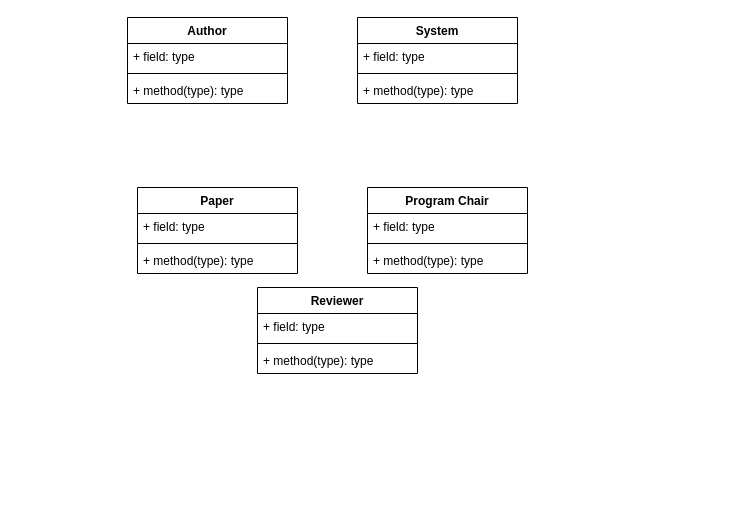
This is tuto3q4.drawio from justn0thinghere/drawio, a draw.io file, before an edit. Source tidied: cells renumbered, new cells numbered last; positions are measured from the earlier drawing's top-left corner, leaving out a move shared by most shapes. Both pictures are drawn from the tidied source at 100%, with x=0, y=0 at pixel (127, 17).
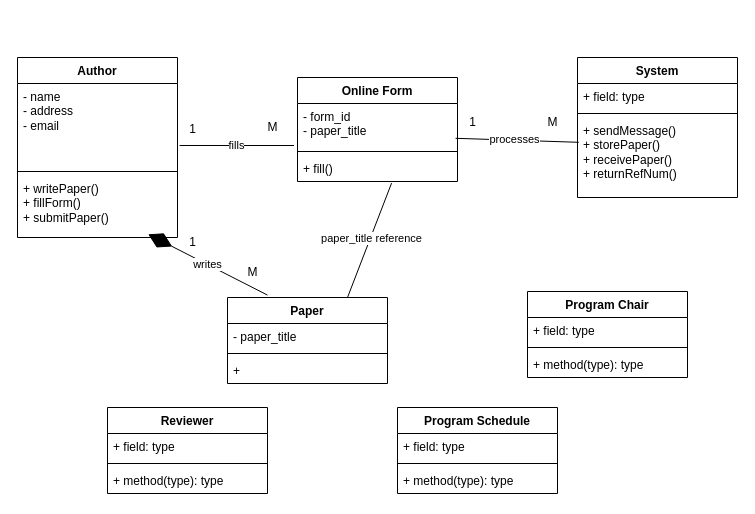
The same diagram, later.

Diff of the diagram source:
```diff
@@
     <mxCell id="2" value="Author" style="swimlane;fontStyle=1;align=center;verticalAlign=top;horizontal=1;startSize=26;whiteSpace=wrap;html=1;" parent="1" vertex="1">
-      <mxGeometry width="160" height="86" as="geometry" />
+      <mxGeometry x="-110" y="40" width="160" height="180" as="geometry" />
     </mxCell>
-    <mxCell id="3" value="+ field: type" style="text;strokeColor=none;fillColor=none;align=left;verticalAlign=top;spacingLeft=4;spacingRight=4;overflow=hidden;points=[[0,0.5],[1,0.5]];portConstraint=eastwest;whiteSpace=wrap;html=1;" parent="2" vertex="1">
-      <mxGeometry y="26" width="160" height="26" as="geometry" />
+    <mxCell id="3" value="&lt;div&gt;- name&lt;/div&gt;- address&lt;div&gt;- email&lt;/div&gt;" style="text;strokeColor=none;fillColor=none;align=left;verticalAlign=top;spacingLeft=4;spacingRight=4;overflow=hidden;points=[[0,0.5],[1,0.5]];portConstraint=eastwest;whiteSpace=wrap;html=1;" parent="2" vertex="1">
+      <mxGeometry y="26" width="160" height="84" as="geometry" />
     </mxCell>
     <mxCell id="4" style="line;strokeWidth=1;fillColor=none;align=left;verticalAlign=middle;spacingTop=-1;spacingLeft=3;spacingRight=3;labelPosition=right;strokeColor=inherit;" parent="2" vertex="1">
-      <mxGeometry y="52" width="160" height="8" as="geometry" />
+      <mxGeometry y="110" width="160" height="8" as="geometry" />
     </mxCell>
-    <mxCell id="5" value="+ method(type): type" style="text;strokeColor=none;fillColor=none;align=left;verticalAlign=top;spacingLeft=4;spacingRight=4;overflow=hidden;points=[[0,0.5],[1,0.5]];portConstraint=eastwest;whiteSpace=wrap;html=1;" parent="2" vertex="1">
-      <mxGeometry y="60" width="160" height="26" as="geometry" />
+    <mxCell id="5" value="+ writePaper()&lt;div&gt;+ fillForm()&lt;/div&gt;&lt;div&gt;+ submitPaper()&lt;/div&gt;" style="text;strokeColor=none;fillColor=none;align=left;verticalAlign=top;spacingLeft=4;spacingRight=4;overflow=hidden;points=[[0,0.5],[1,0.5]];portConstraint=eastwest;whiteSpace=wrap;html=1;" parent="2" vertex="1">
+      <mxGeometry y="118" width="160" height="62" as="geometry" />
     </mxCell>
     <mxCell id="6" value="System" style="swimlane;fontStyle=1;align=center;verticalAlign=top;horizontal=1;startSize=26;whiteSpace=wrap;html=1;" parent="1" vertex="1">
-      <mxGeometry x="230" width="160" height="86" as="geometry" />
+      <mxGeometry x="450" y="40" width="160" height="140" as="geometry" />
     </mxCell>
@@
-    <mxCell id="9" value="+ method(type): type" style="text;strokeColor=none;fillColor=none;align=left;verticalAlign=top;spacingLeft=4;spacingRight=4;overflow=hidden;points=[[0,0.5],[1,0.5]];portConstraint=eastwest;whiteSpace=wrap;html=1;" parent="6" vertex="1">
-      <mxGeometry y="60" width="160" height="26" as="geometry" />
+    <mxCell id="9" value="+ sendMessage()&lt;div&gt;+ storePaper()&lt;/div&gt;&lt;div&gt;+ receivePaper()&lt;/div&gt;&lt;div&gt;+ returnRefNum()&lt;/div&gt;" style="text;strokeColor=none;fillColor=none;align=left;verticalAlign=top;spacingLeft=4;spacingRight=4;overflow=hidden;points=[[0,0.5],[1,0.5]];portConstraint=eastwest;whiteSpace=wrap;html=1;" parent="6" vertex="1">
+      <mxGeometry y="60" width="160" height="80" as="geometry" />
     </mxCell>
     <mxCell id="10" value="Paper" style="swimlane;fontStyle=1;align=center;verticalAlign=top;horizontal=1;startSize=26;whiteSpace=wrap;html=1;" parent="1" vertex="1">
-      <mxGeometry x="10" y="170" width="160" height="86" as="geometry" />
+      <mxGeometry x="100" y="280" width="160" height="86" as="geometry" />
     </mxCell>
-    <mxCell id="11" value="+ field: type" style="text;strokeColor=none;fillColor=none;align=left;verticalAlign=top;spacingLeft=4;spacingRight=4;overflow=hidden;whiteSpace=wrap;html=1;" parent="10" vertex="1">
+    <mxCell id="11" value="- paper_title" style="text;strokeColor=none;fillColor=none;align=left;verticalAlign=top;spacingLeft=4;spacingRight=4;overflow=hidden;whiteSpace=wrap;html=1;" parent="10" vertex="1">
       <mxGeometry y="26" width="160" height="26" as="geometry" />
     </mxCell>
@@
-    <mxCell id="13" value="+ method(type): type" style="text;strokeColor=none;fillColor=none;align=left;verticalAlign=top;spacingLeft=4;spacingRight=4;overflow=hidden;whiteSpace=wrap;html=1;" parent="10" vertex="1">
+    <mxCell id="13" value="+&amp;nbsp;" style="text;strokeColor=none;fillColor=none;align=left;verticalAlign=top;spacingLeft=4;spacingRight=4;overflow=hidden;whiteSpace=wrap;html=1;" parent="10" vertex="1">
       <mxGeometry y="60" width="160" height="26" as="geometry" />
     </mxCell>
     <mxCell id="14" value="Program Chair" style="swimlane;fontStyle=1;align=center;verticalAlign=top;horizontal=1;startSize=26;whiteSpace=wrap;html=1;" parent="1" vertex="1">
-      <mxGeometry x="240" y="170" width="160" height="86" as="geometry" />
+      <mxGeometry x="400" y="274" width="160" height="86" as="geometry" />
     </mxCell>
@@
     <mxCell id="18" value="Reviewer" style="swimlane;fontStyle=1;align=center;verticalAlign=top;horizontal=1;startSize=26;whiteSpace=wrap;html=1;" parent="1" vertex="1">
-      <mxGeometry x="130" y="270" width="160" height="86" as="geometry" />
+      <mxGeometry x="-20" y="390" width="160" height="86" as="geometry" />
     </mxCell>
@@
+    <mxCell id="22" value="Program Schedule" style="swimlane;fontStyle=1;align=center;verticalAlign=top;horizontal=1;startSize=26;whiteSpace=wrap;html=1;" parent="1" vertex="1">
+      <mxGeometry x="270" y="390" width="160" height="86" as="geometry" />
+    </mxCell>
+    <mxCell id="23" value="+ field: type" style="text;strokeColor=none;fillColor=none;align=left;verticalAlign=top;spacingLeft=4;spacingRight=4;overflow=hidden;whiteSpace=wrap;html=1;" parent="22" vertex="1">
+      <mxGeometry y="26" width="160" height="26" as="geometry" />
+    </mxCell>
+    <mxCell id="24" style="line;strokeWidth=1;fillColor=none;align=left;verticalAlign=middle;spacingTop=-1;spacingLeft=3;spacingRight=3;labelPosition=right;strokeColor=inherit;" parent="22" vertex="1">
+      <mxGeometry y="52" width="160" height="8" as="geometry" />
+    </mxCell>
+    <mxCell id="25" value="+ method(type): type" style="text;strokeColor=none;fillColor=none;align=left;verticalAlign=top;spacingLeft=4;spacingRight=4;overflow=hidden;whiteSpace=wrap;html=1;" parent="22" vertex="1">
+      <mxGeometry y="60" width="160" height="26" as="geometry" />
+    </mxCell>
+    <mxCell id="26" value="Online Form" style="swimlane;fontStyle=1;align=center;verticalAlign=top;horizontal=1;startSize=26;whiteSpace=wrap;html=1;" parent="1" vertex="1">
+      <mxGeometry x="170" y="60" width="160" height="104" as="geometry" />
+    </mxCell>
+    <mxCell id="27" value="- form_id&lt;div&gt;- paper_title&lt;/div&gt;" style="text;strokeColor=none;fillColor=none;align=left;verticalAlign=top;spacingLeft=4;spacingRight=4;overflow=hidden;points=[[0,0.5],[1,0.5]];portConstraint=eastwest;whiteSpace=wrap;html=1;" parent="26" vertex="1">
+      <mxGeometry y="26" width="160" height="44" as="geometry" />
+    </mxCell>
+    <mxCell id="28" style="line;strokeWidth=1;fillColor=none;align=left;verticalAlign=middle;spacingTop=-1;spacingLeft=3;spacingRight=3;labelPosition=right;strokeColor=inherit;" parent="26" vertex="1">
+      <mxGeometry y="70" width="160" height="8" as="geometry" />
+    </mxCell>
+    <mxCell id="29" value="+ fill()" style="text;strokeColor=none;fillColor=none;align=left;verticalAlign=top;spacingLeft=4;spacingRight=4;overflow=hidden;points=[[0,0.5],[1,0.5]];portConstraint=eastwest;whiteSpace=wrap;html=1;" parent="26" vertex="1">
+      <mxGeometry y="78" width="160" height="26" as="geometry" />
+    </mxCell>
+    <mxCell id="30" value="writes" style="endArrow=diamondThin;endFill=1;endSize=24;html=1;rounded=0;exitX=0.195;exitY=-0.028;exitDx=0;exitDy=0;exitPerimeter=0;entryX=0.817;entryY=0.948;entryDx=0;entryDy=0;entryPerimeter=0;" parent="1" edge="1" target="5">
+      <mxGeometry relative="1" as="geometry">
+        <mxPoint x="140" y="277.6" as="sourcePoint" />
+      </mxGeometry>
+    </mxCell>
+    <mxCell id="31" value="fills" style="endArrow=none;html=1;rounded=0;exitX=1.013;exitY=0.738;exitDx=0;exitDy=0;exitPerimeter=0;entryX=-0.022;entryY=0.955;entryDx=0;entryDy=0;entryPerimeter=0;" parent="1" edge="1" source="3" target="27">
+      <mxGeometry relative="1" as="geometry" />
+    </mxCell>
+    <mxCell id="32" value="1" style="text;html=1;align=center;verticalAlign=middle;strokeColor=none;fillColor=none;" parent="1" vertex="1">
+      <mxGeometry x="50" y="210" width="30" height="30" as="geometry" />
+    </mxCell>
+    <mxCell id="33" value="M" style="text;html=1;align=center;verticalAlign=middle;strokeColor=none;fillColor=none;" parent="1" vertex="1">
+      <mxGeometry x="110" y="240" width="30" height="30" as="geometry" />
+    </mxCell>
+    <mxCell id="34" value="1" style="text;html=1;align=center;verticalAlign=middle;strokeColor=none;fillColor=none;" parent="1" vertex="1">
+      <mxGeometry x="50" y="97" width="30" height="30" as="geometry" />
+    </mxCell>
+    <mxCell id="35" value="M" style="text;html=1;align=center;verticalAlign=middle;strokeColor=none;fillColor=none;" parent="1" vertex="1">
+      <mxGeometry x="130" y="95" width="30" height="30" as="geometry" />
+    </mxCell>
+    <mxCell id="36" style="endArrow=none;html=1;rounded=0;entryX=0.588;entryY=1.062;entryDx=0;entryDy=0;entryPerimeter=0;exitX=0.75;exitY=0;exitDx=0;exitDy=0;" parent="1" edge="1" source="10" target="29">
+      <mxGeometry relative="1" as="geometry" />
+    </mxCell>
+    <mxCell id="37" value="paper_title reference" style="edgeLabel;html=1;align=center;verticalAlign=middle;" parent="36" vertex="1">
+      <mxGeometry x="0.04" y="-1" relative="1" as="geometry" />
+    </mxCell>
+    <mxCell id="38" style="endArrow=none;html=1;rounded=0;entryX=0.008;entryY=0.31;entryDx=0;entryDy=0;entryPerimeter=0;exitX=0.988;exitY=0.791;exitDx=0;exitDy=0;exitPerimeter=0;" parent="1" edge="1" source="27" target="9">
+      <mxGeometry relative="1" as="geometry" />
+    </mxCell>
+    <mxCell id="39" value="processes" style="edgeLabel;html=1;align=center;verticalAlign=middle;" parent="38" vertex="1">
+      <mxGeometry x="-0.06" y="1" relative="1" as="geometry" />
+    </mxCell>
+    <mxCell id="40" value="1" style="text;html=1;align=center;verticalAlign=middle;strokeColor=none;fillColor=none;" parent="1" vertex="1">
+      <mxGeometry x="330" y="90" width="30" height="30" as="geometry" />
+    </mxCell>
+    <mxCell id="41" value="M" style="text;html=1;align=center;verticalAlign=middle;strokeColor=none;fillColor=none;" parent="1" vertex="1">
+      <mxGeometry x="410" y="90" width="30" height="30" as="geometry" />
+    </mxCell>
```
